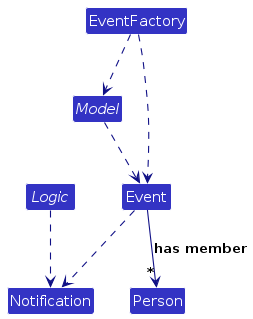
Before: diagrams/notification-system/ClassDiagram.png, a diagram exported from PlantUML (kokrui/tp). Its source is kept beside it as diagrams/notification-system/ClassDiagram.puml.
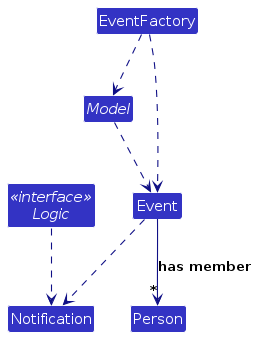
After the commit.

What changed in the source:
```diff
@@ -32,7 +32,7 @@
   +String getDescription
 }
 
-interface Logic {
+interface "<<interface>>\nLogic" as Logic {
   +List<Notification> getLatestNotifications(LocalDateTime)
 }
 
```
